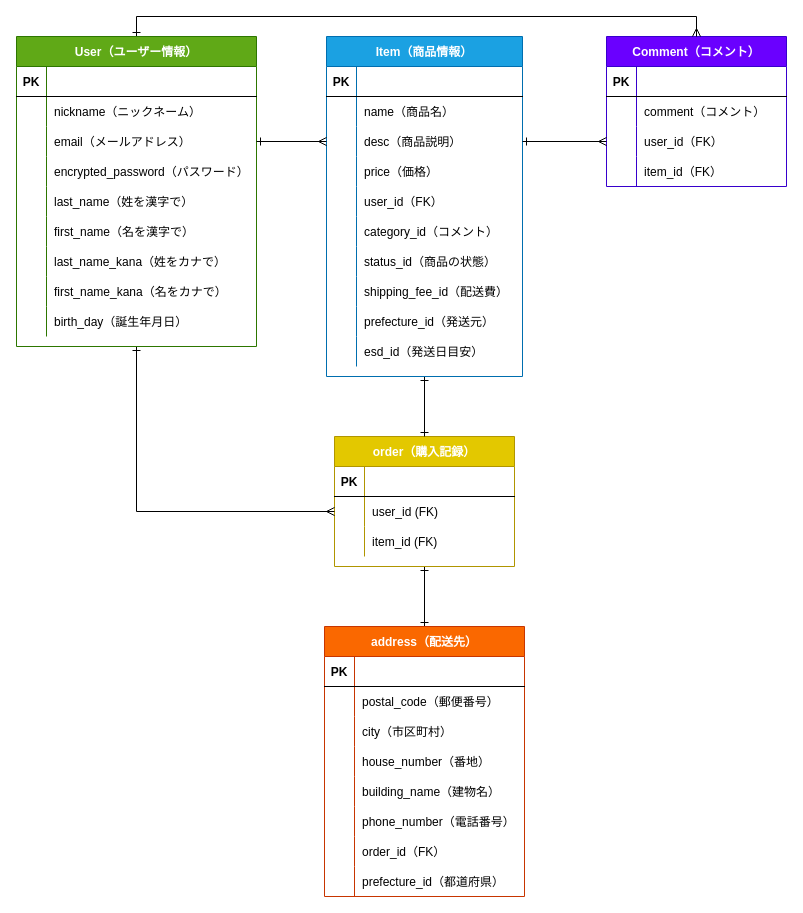
Above: furima-35018.dio in soozeay/furima-35018 (draw.io), before the change. Source tidied: cells renumbered, new cells numbered last; positions are measured from the earlier drawing's top-left corner, leaving out a move shared by most shapes. Both pictures are drawn from the tidied source at 100%, with x=0, y=0 at pixel (16, 36).
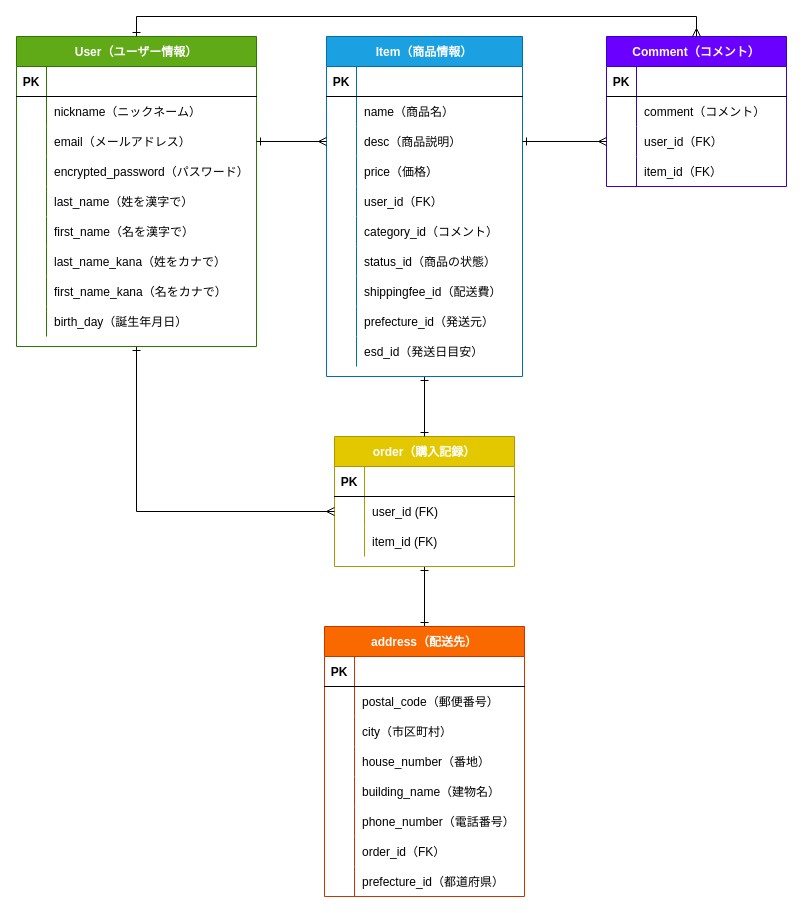
The same page after the edit.

Unchanged cells that the change refers to:
```xml
<mxCell id="110" style="shape=partialRectangle;fillColor=none;top=0;left=0;bottom=0;right=0;" parent="88" vertex="1">
  <mxGeometry y="240" width="196" height="30" as="geometry" />
</mxCell>
```

The edit, as a diff of the source:
```diff
@@
-    <mxCell id="112" value="shipping_fee_id（配送費）" style="shape=partialRectangle;fillColor=none;top=0;left=0;bottom=0;right=0;align=left;spacingLeft=6;overflow=hidden;" parent="110" vertex="1">
+    <mxCell id="112" value="shippingfee_id（配送費）" style="shape=partialRectangle;fillColor=none;top=0;left=0;bottom=0;right=0;align=left;spacingLeft=6;overflow=hidden;" parent="110" vertex="1">
       <mxGeometry x="30" width="166" height="30" as="geometry" />
     </mxCell>
```
